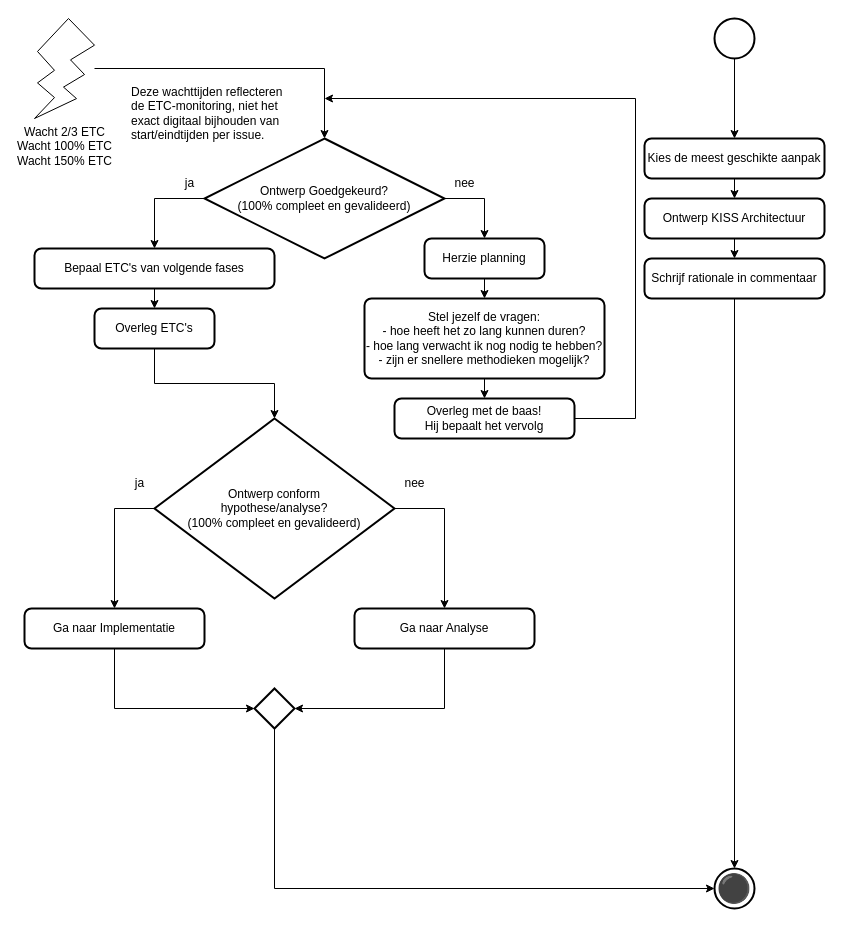
Earlier version of the draw.io diagram 3 Issue Tracker ontwerp.drawio (Zaibatsu89/IssueTracker). Source tidied: cells renumbered, new cells numbered last; positions are measured from the earlier drawing's top-left corner, leaving out a move shared by most shapes. Both pictures are drawn from the tidied source at 100%, with x=0, y=0 at pixel (24, 18).
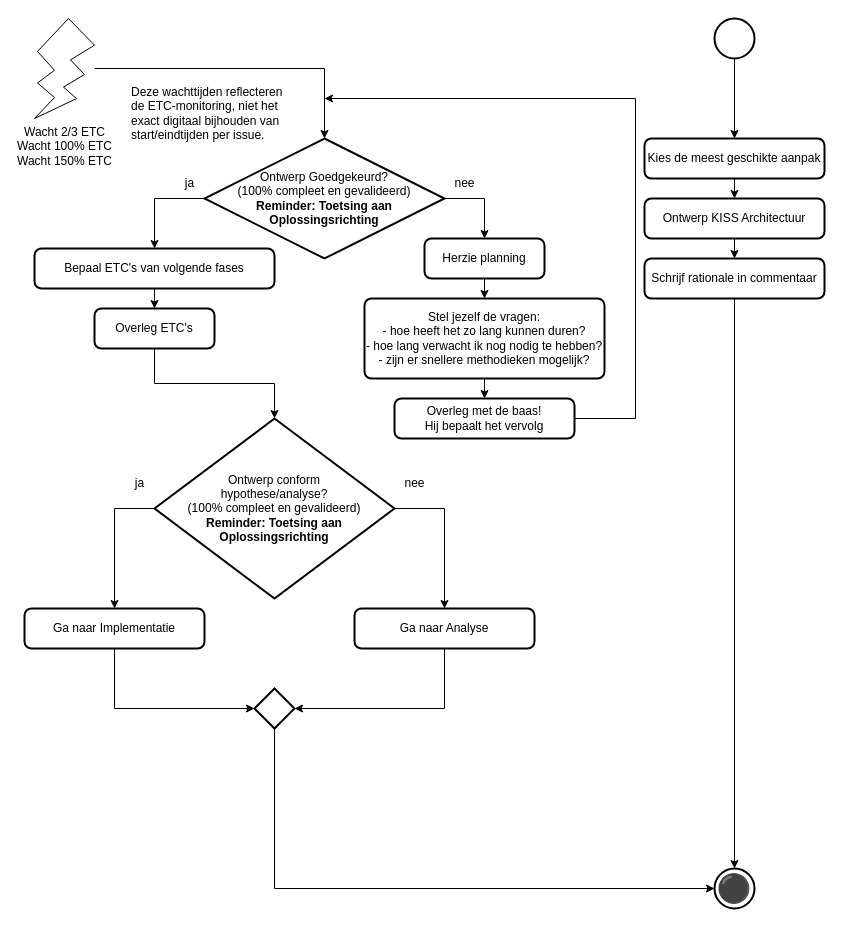
The same page after the edit.

Commit message (it also covers changes not shown here):
test tegen de opdracht -> implementeer herinnering aan oplossingsrichting van flowchart in checklist

Diff of the diagram source:
```diff
@@
-    <mxCell id="11" value="Ontwerp Goedgekeurd?&lt;br&gt;(100% compleet en gevalideerd)" style="strokeWidth=2;html=1;shape=mxgraph.flowchart.decision;whiteSpace=wrap;" parent="1" vertex="1">
+    <mxCell id="11" value="Ontwerp Goedgekeurd?&lt;br&gt;(100% compleet en gevalideerd)&lt;br&gt;&lt;b&gt;Reminder: Toetsing aan Oplossingsrichting&lt;/b&gt;" style="strokeWidth=2;html=1;shape=mxgraph.flowchart.decision;whiteSpace=wrap;" parent="1" vertex="1">
       <mxGeometry x="180" y="120" width="240" height="120" as="geometry" />
     </mxCell>
@@
-    <mxCell id="17" value="Ontwerp conform&lt;br&gt;hypothese/analyse?&lt;br&gt;(100% compleet en gevalideerd)" style="strokeWidth=2;html=1;shape=mxgraph.flowchart.decision;whiteSpace=wrap;" parent="1" vertex="1">
+    <mxCell id="17" value="Ontwerp conform&lt;br&gt;hypothese/analyse?&lt;br&gt;(100% compleet en gevalideerd)&lt;br&gt;&lt;b&gt;Reminder: Toetsing aan Oplossingsrichting&lt;/b&gt;" style="strokeWidth=2;html=1;shape=mxgraph.flowchart.decision;whiteSpace=wrap;" parent="1" vertex="1">
       <mxGeometry x="130" y="400" width="240" height="180" as="geometry" />
     </mxCell>
```
